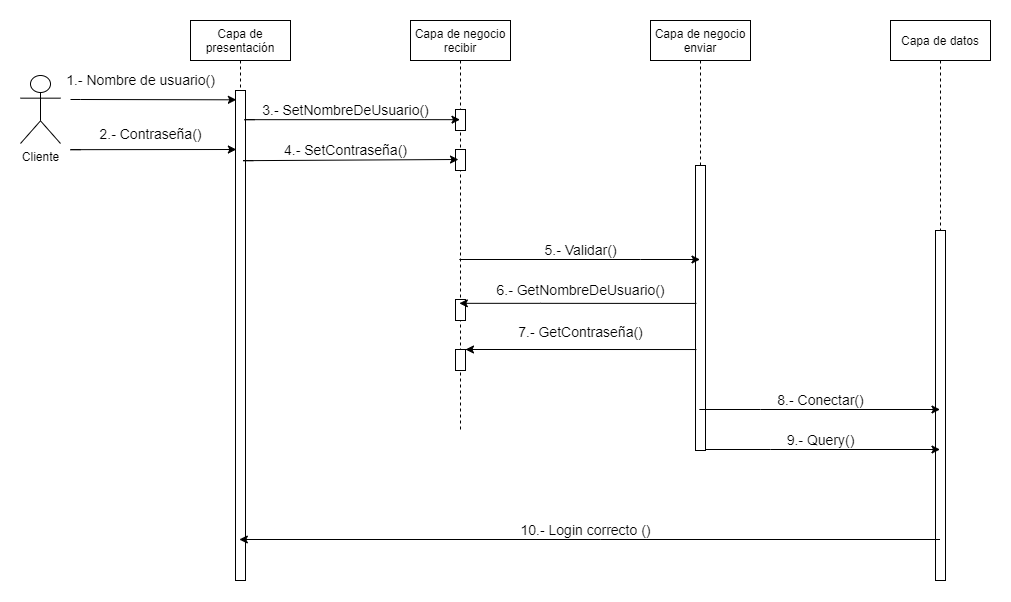
Earlier version of the draw.io export Diagrama de secuencias-Page-2.drawio.png (shecheeee/Diagramas). Source tidied: cells renumbered, new cells last; positions are measured from the earlier drawing's top-left corner, leaving out a move shared by most shapes. Its diagram source:
```xml
<mxGraphModel>
  <root>
    <mxCell id="0" />
    <mxCell id="1" parent="0" />
    <mxCell id="2" value="Capa de presentación" style="shape=umlLifeline;perimeter=lifelinePerimeter;whiteSpace=wrap;html=1;outlineConnect=0;" parent="1" vertex="1">
      <mxGeometry x="170" width="100" height="560" as="geometry" />
    </mxCell>
    <mxCell id="3" style="html=1;points=[];perimeter=orthogonalPerimeter;" parent="2" vertex="1">
      <mxGeometry x="45" y="70" width="10" height="490" as="geometry" />
    </mxCell>
    <mxCell id="4" style="edgeStyle=orthogonalEdgeStyle;rounded=0;jettySize=auto;html=1;entryX=0.086;entryY=0.019;entryDx=0;entryDy=0;entryPerimeter=0;" parent="1" edge="1" target="3">
      <mxGeometry relative="1" as="geometry">
        <mxPoint x="50" y="79" as="sourcePoint" />
        <Array as="points">
          <mxPoint x="60" y="79" />
        </Array>
      </mxGeometry>
    </mxCell>
    <mxCell id="5" value="Cliente" style="shape=umlActor;verticalLabelPosition=bottom;verticalAlign=top;html=1;" parent="1" vertex="1">
      <mxGeometry y="55" width="40" height="68" as="geometry" />
    </mxCell>
    <mxCell id="6" value="Capa de negocio&lt;br&gt;recibir" style="shape=umlLifeline;perimeter=lifelinePerimeter;whiteSpace=wrap;html=1;outlineConnect=0;size=40;" parent="1" vertex="1">
      <mxGeometry x="390" width="100" height="409" as="geometry" />
    </mxCell>
    <mxCell id="7" style="html=1;perimeter=orthogonalPerimeter;" parent="6" vertex="1">
      <mxGeometry x="45" y="89" width="10" height="21" as="geometry" />
    </mxCell>
    <mxCell id="8" style="html=1;points=[];perimeter=orthogonalPerimeter;" parent="6" vertex="1">
      <mxGeometry x="45" y="129" width="10" height="21" as="geometry" />
    </mxCell>
    <mxCell id="9" style="html=1;perimeter=orthogonalPerimeter;" parent="6" vertex="1">
      <mxGeometry x="45" y="279" width="10" height="21" as="geometry" />
    </mxCell>
    <mxCell id="10" style="html=1;points=[];perimeter=orthogonalPerimeter;" parent="6" vertex="1">
      <mxGeometry x="45" y="329" width="10" height="21" as="geometry" />
    </mxCell>
    <mxCell id="11" style="edgeStyle=orthogonalEdgeStyle;rounded=0;jettySize=auto;html=1;startArrow=none;" parent="6" edge="1" target="10">
      <mxGeometry relative="1" as="geometry">
        <mxPoint x="120" y="329" as="sourcePoint" />
        <Array as="points">
          <mxPoint x="190" y="329" />
          <mxPoint x="190" y="329" />
        </Array>
      </mxGeometry>
    </mxCell>
    <mxCell id="12" value="Capa de negocio enviar" style="shape=umlLifeline;perimeter=lifelinePerimeter;whiteSpace=wrap;html=1;outlineConnect=0;" parent="1" vertex="1">
      <mxGeometry x="630" width="100" height="430" as="geometry" />
    </mxCell>
    <mxCell id="13" style="html=1;points=[];perimeter=orthogonalPerimeter;" parent="12" vertex="1">
      <mxGeometry x="45" y="145" width="10" height="285" as="geometry" />
    </mxCell>
    <mxCell id="14" value="&lt;font style=&quot;font-size: 14px;&quot;&gt;1.- Nombre de usuario()&lt;/font&gt;" style="text;html=1;align=center;verticalAlign=middle;fillColor=none;strokeColor=none;rounded=0;fontSize=14;" parent="1" vertex="1">
      <mxGeometry x="40" y="49" width="160" height="20" as="geometry" />
    </mxCell>
    <mxCell id="15" style="text;strokeColor=none;fillColor=none;align=left;verticalAlign=middle;spacingTop=-1;spacingLeft=4;spacingRight=4;labelPosition=right;" parent="1" vertex="1">
      <mxGeometry x="330" y="9" width="40" height="14" as="geometry" />
    </mxCell>
    <mxCell id="16" style="text;strokeColor=none;fillColor=none;align=left;verticalAlign=middle;spacingTop=-1;spacingLeft=4;spacingRight=4;labelPosition=right;" parent="1" vertex="1">
      <mxGeometry x="610" y="9" width="40" height="14" as="geometry" />
    </mxCell>
    <mxCell id="17" style="text;strokeColor=none;fillColor=none;align=left;verticalAlign=middle;spacingTop=-1;spacingLeft=4;spacingRight=4;labelPosition=right;" parent="1" vertex="1">
      <mxGeometry x="750" y="9" width="40" height="14" as="geometry" />
    </mxCell>
    <mxCell id="18" style="edgeStyle=orthogonalEdgeStyle;rounded=0;orthogonalLoop=1;jettySize=auto;html=1;entryX=0.086;entryY=0.019;entryDx=0;entryDy=0;entryPerimeter=0;" parent="1" edge="1">
      <mxGeometry relative="1" as="geometry">
        <mxPoint x="60" y="129.2" as="sourcePoint" />
        <mxPoint x="215.9" y="129" as="targetPoint" />
        <Array as="points">
          <mxPoint x="50" y="128.2" />
        </Array>
      </mxGeometry>
    </mxCell>
    <mxCell id="19" value="&lt;font style=&quot;font-size: 14px;&quot;&gt;2.- Contraseña()&lt;/font&gt;" style="text;html=1;align=center;verticalAlign=middle;fillColor=none;strokeColor=none;rounded=0;fontSize=14;" parent="1" vertex="1">
      <mxGeometry x="70" y="103" width="120" height="20" as="geometry" />
    </mxCell>
    <mxCell id="20" style="edgeStyle=orthogonalEdgeStyle;rounded=0;jettySize=auto;html=1;" parent="1" edge="1" target="6">
      <mxGeometry relative="1" as="geometry">
        <mxPoint x="234.1" y="99.2" as="sourcePoint" />
        <Array as="points">
          <mxPoint x="224" y="99" />
          <mxPoint x="224" y="98" />
        </Array>
      </mxGeometry>
    </mxCell>
    <mxCell id="21" value="&lt;font style=&quot;font-size: 14px;&quot;&gt;3.- SetNombreDeUsuario()&lt;/font&gt;" style="text;html=1;align=center;verticalAlign=middle;fillColor=none;strokeColor=none;rounded=0;fontSize=14;" parent="1" vertex="1">
      <mxGeometry x="235" y="79" width="180" height="20" as="geometry" />
    </mxCell>
    <mxCell id="22" style="edgeStyle=orthogonalEdgeStyle;rounded=0;orthogonalLoop=1;jettySize=auto;html=1;" parent="1" edge="1">
      <mxGeometry relative="1" as="geometry">
        <mxPoint x="232.6" y="140.2" as="sourcePoint" />
        <mxPoint x="438" y="139" as="targetPoint" />
        <Array as="points">
          <mxPoint x="222.5" y="140" />
          <mxPoint x="222.5" y="139" />
        </Array>
      </mxGeometry>
    </mxCell>
    <mxCell id="23" value="&lt;font style=&quot;font-size: 14px;&quot;&gt;4.- SetContraseña()&lt;/font&gt;" style="text;html=1;align=center;verticalAlign=middle;fillColor=none;strokeColor=none;rounded=0;fontSize=14;" parent="1" vertex="1">
      <mxGeometry x="255" y="119" width="140" height="20" as="geometry" />
    </mxCell>
    <mxCell id="24" value="Capa de datos" style="shape=umlLifeline;perimeter=lifelinePerimeter;whiteSpace=wrap;html=1;outlineConnect=0;size=40;" parent="1" vertex="1">
      <mxGeometry x="870" width="100" height="560" as="geometry" />
    </mxCell>
    <mxCell id="25" style="html=1;perimeter=orthogonalPerimeter;" parent="24" vertex="1">
      <mxGeometry x="45" y="210" width="10" height="350" as="geometry" />
    </mxCell>
    <mxCell id="26" style="edgeStyle=orthogonalEdgeStyle;rounded=0;jettySize=auto;html=1;" parent="1" edge="1" source="6" target="12">
      <mxGeometry relative="1" as="geometry">
        <Array as="points">
          <mxPoint x="620" y="239" />
          <mxPoint x="620" y="239" />
        </Array>
      </mxGeometry>
    </mxCell>
    <mxCell id="27" value="&lt;font style=&quot;font-size: 14px;&quot;&gt;5.- Validar()&lt;/font&gt;" style="text;html=1;align=center;verticalAlign=middle;fillColor=none;strokeColor=none;rounded=0;fontSize=14;" parent="1" vertex="1">
      <mxGeometry x="515" y="219" width="90" height="20" as="geometry" />
    </mxCell>
    <mxCell id="28" style="edgeStyle=orthogonalEdgeStyle;rounded=0;jettySize=auto;html=1;exitX=0.086;exitY=0.484;exitDx=0;exitDy=0;exitPerimeter=0;" parent="1" edge="1" source="13" target="6">
      <mxGeometry relative="1" as="geometry">
        <Array as="points">
          <mxPoint x="520" y="283" />
          <mxPoint x="520" y="283" />
        </Array>
      </mxGeometry>
    </mxCell>
    <mxCell id="29" value="&lt;font style=&quot;font-size: 14px;&quot;&gt;6.- GetNombreDeUsuario()&lt;/font&gt;" style="text;html=1;align=center;verticalAlign=middle;fillColor=none;strokeColor=none;rounded=0;fontSize=14;" parent="1" vertex="1">
      <mxGeometry x="470" y="259" width="180" height="20" as="geometry" />
    </mxCell>
    <mxCell id="30" value="&lt;font style=&quot;font-size: 14px;&quot;&gt;7.- GetContraseña()&lt;/font&gt;" style="text;html=1;align=center;verticalAlign=middle;fillColor=none;strokeColor=none;rounded=0;fontSize=14;" parent="1" vertex="1">
      <mxGeometry x="490" y="301" width="140" height="20" as="geometry" />
    </mxCell>
    <mxCell id="31" style="edgeStyle=orthogonalEdgeStyle;rounded=0;jettySize=auto;html=1;exitX=0.086;exitY=0.484;exitDx=0;exitDy=0;exitPerimeter=0;endArrow=none;" parent="1" edge="1" target="10">
      <mxGeometry relative="1" as="geometry">
        <mxPoint x="675.9" y="329" as="sourcePoint" />
        <Array as="points">
          <mxPoint x="480" y="329" />
          <mxPoint x="480" y="329" />
        </Array>
      </mxGeometry>
    </mxCell>
    <mxCell id="32" style="endArrow=classic;html=1;rounded=0;" parent="1" edge="1" source="12" target="24">
      <mxGeometry relative="1" as="geometry">
        <Array as="points">
          <mxPoint x="740" y="389" />
        </Array>
      </mxGeometry>
    </mxCell>
    <mxCell id="33" value="&lt;font style=&quot;font-size: 14px;&quot;&gt;8.- Conectar()&lt;/font&gt;" style="text;html=1;align=center;verticalAlign=middle;fillColor=none;strokeColor=none;rounded=0;fontSize=14;" parent="1" vertex="1">
      <mxGeometry x="750" y="369" width="100" height="20" as="geometry" />
    </mxCell>
    <mxCell id="34" style="endArrow=classic;html=1;rounded=0;" parent="1" edge="1" source="13" target="24">
      <mxGeometry relative="1" as="geometry">
        <Array as="points">
          <mxPoint x="750" y="429" />
        </Array>
      </mxGeometry>
    </mxCell>
    <mxCell id="35" value="&lt;font style=&quot;font-size: 14px;&quot;&gt;9.- Query()&lt;/font&gt;" style="text;html=1;align=center;verticalAlign=middle;fillColor=none;strokeColor=none;rounded=0;fontSize=14;" parent="1" vertex="1">
      <mxGeometry x="760" y="409" width="80" height="20" as="geometry" />
    </mxCell>
    <mxCell id="36" style="endArrow=classic;html=1;rounded=0;" parent="1" edge="1" source="24" target="2">
      <mxGeometry relative="1" as="geometry">
        <Array as="points">
          <mxPoint x="580" y="519" />
        </Array>
      </mxGeometry>
    </mxCell>
    <mxCell id="37" value="&lt;font style=&quot;font-size: 14px;&quot;&gt;10.- Login correcto ()&lt;/font&gt;" style="text;html=1;align=center;verticalAlign=middle;fillColor=none;strokeColor=none;rounded=0;fontSize=14;" parent="1" vertex="1">
      <mxGeometry x="490" y="499" width="150" height="20" as="geometry" />
    </mxCell>
  </root>
</mxGraphModel>
```
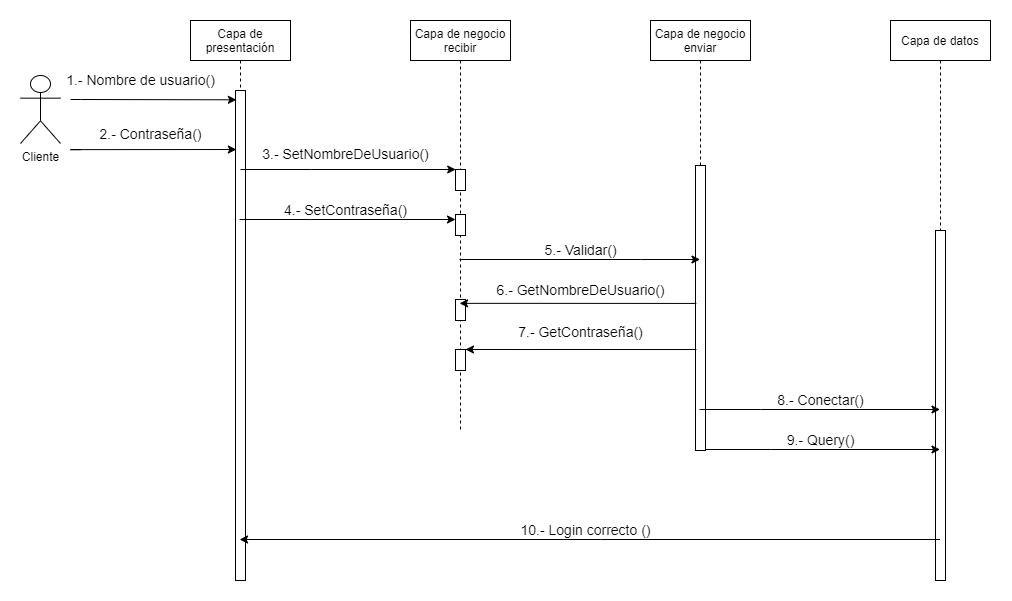
After the change.

Change to the diagram source:
```diff
@@ -23,10 +23,10 @@
       <mxGeometry x="390" width="100" height="409" as="geometry" />
     </mxCell>
     <mxCell id="7" style="html=1;perimeter=orthogonalPerimeter;" parent="6" vertex="1">
-      <mxGeometry x="45" y="89" width="10" height="21" as="geometry" />
+      <mxGeometry x="45" y="149" width="10" height="21" as="geometry" />
     </mxCell>
     <mxCell id="8" style="html=1;points=[];perimeter=orthogonalPerimeter;" parent="6" vertex="1">
-      <mxGeometry x="45" y="129" width="10" height="21" as="geometry" />
+      <mxGeometry x="45" y="194" width="10" height="21" as="geometry" />
     </mxCell>
     <mxCell id="9" style="html=1;perimeter=orthogonalPerimeter;" parent="6" vertex="1">
       <mxGeometry x="45" y="279" width="10" height="21" as="geometry" />
@@ -73,30 +73,11 @@
     <mxCell id="19" value="&lt;font style=&quot;font-size: 14px;&quot;&gt;2.- Contraseña()&lt;/font&gt;" style="text;html=1;align=center;verticalAlign=middle;fillColor=none;strokeColor=none;rounded=0;fontSize=14;" parent="1" vertex="1">
       <mxGeometry x="70" y="103" width="120" height="20" as="geometry" />
     </mxCell>
-    <mxCell id="20" style="edgeStyle=orthogonalEdgeStyle;rounded=0;jettySize=auto;html=1;" parent="1" edge="1" target="6">
-      <mxGeometry relative="1" as="geometry">
-        <mxPoint x="234.1" y="99.2" as="sourcePoint" />
-        <Array as="points">
-          <mxPoint x="224" y="99" />
-          <mxPoint x="224" y="98" />
-        </Array>
-      </mxGeometry>
-    </mxCell>
     <mxCell id="21" value="&lt;font style=&quot;font-size: 14px;&quot;&gt;3.- SetNombreDeUsuario()&lt;/font&gt;" style="text;html=1;align=center;verticalAlign=middle;fillColor=none;strokeColor=none;rounded=0;fontSize=14;" parent="1" vertex="1">
-      <mxGeometry x="235" y="79" width="180" height="20" as="geometry" />
+      <mxGeometry x="235" y="123" width="180" height="20" as="geometry" />
     </mxCell>
-    <mxCell id="22" style="edgeStyle=orthogonalEdgeStyle;rounded=0;orthogonalLoop=1;jettySize=auto;html=1;" parent="1" edge="1">
-      <mxGeometry relative="1" as="geometry">
-        <mxPoint x="232.6" y="140.2" as="sourcePoint" />
-        <mxPoint x="438" y="139" as="targetPoint" />
-        <Array as="points">
-          <mxPoint x="222.5" y="140" />
-          <mxPoint x="222.5" y="139" />
-        </Array>
-      </mxGeometry>
-    </mxCell>
     <mxCell id="23" value="&lt;font style=&quot;font-size: 14px;&quot;&gt;4.- SetContraseña()&lt;/font&gt;" style="text;html=1;align=center;verticalAlign=middle;fillColor=none;strokeColor=none;rounded=0;fontSize=14;" parent="1" vertex="1">
-      <mxGeometry x="255" y="119" width="140" height="20" as="geometry" />
+      <mxGeometry x="255" y="179" width="140" height="20" as="geometry" />
     </mxCell>
     <mxCell id="24" value="Capa de datos" style="shape=umlLifeline;perimeter=lifelinePerimeter;whiteSpace=wrap;html=1;outlineConnect=0;size=40;" parent="1" vertex="1">
       <mxGeometry x="870" width="100" height="560" as="geometry" />
@@ -168,5 +149,21 @@
     <mxCell id="37" value="&lt;font style=&quot;font-size: 14px;&quot;&gt;10.- Login correcto ()&lt;/font&gt;" style="text;html=1;align=center;verticalAlign=middle;fillColor=none;strokeColor=none;rounded=0;fontSize=14;" parent="1" vertex="1">
       <mxGeometry x="490" y="499" width="150" height="20" as="geometry" />
     </mxCell>
+    <mxCell id="38" style="endArrow=classic;html=1;rounded=0;fontSize=14;" parent="1" edge="1" source="2" target="8">
+      <mxGeometry relative="1" as="geometry">
+        <Array as="points">
+          <mxPoint x="290" y="199" />
+        </Array>
+      </mxGeometry>
+    </mxCell>
+    <mxCell id="39" style="endArrow=classic;html=1;rounded=0;fontSize=14;" parent="1" edge="1">
+      <mxGeometry relative="1" as="geometry">
+        <mxPoint x="220" y="149" as="sourcePoint" />
+        <mxPoint x="435.2" y="149" as="targetPoint" />
+        <Array as="points">
+          <mxPoint x="290.2" y="149" />
+        </Array>
+      </mxGeometry>
+    </mxCell>
   </root>
 </mxGraphModel>
```
